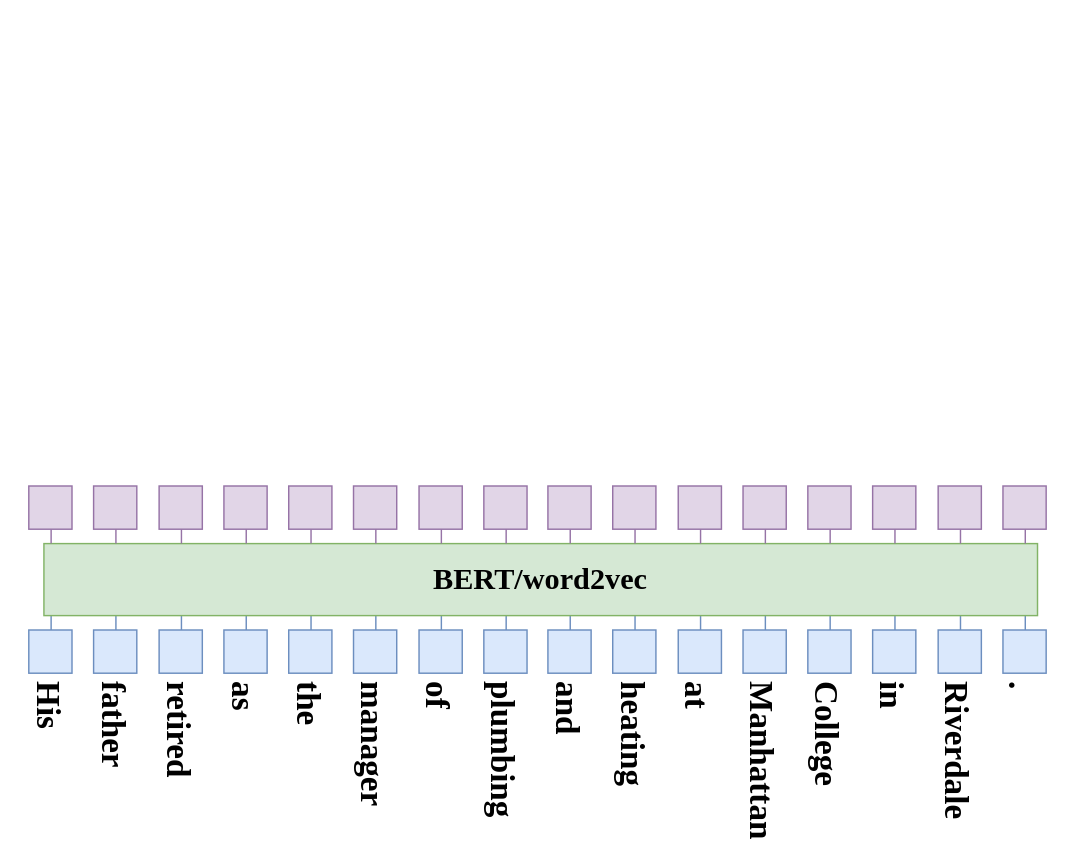
This is Untitled Diagram.drawio from hcscctv/testforsolidity, a draw.io file, before an edit. Source tidied: cells renumbered, new cells numbered last; positions are measured from the earlier drawing's top-left corner, leaving out a move shared by most shapes. Both pictures are drawn from the tidied source at 144%, with x=0, y=0 at pixel (17, 485).
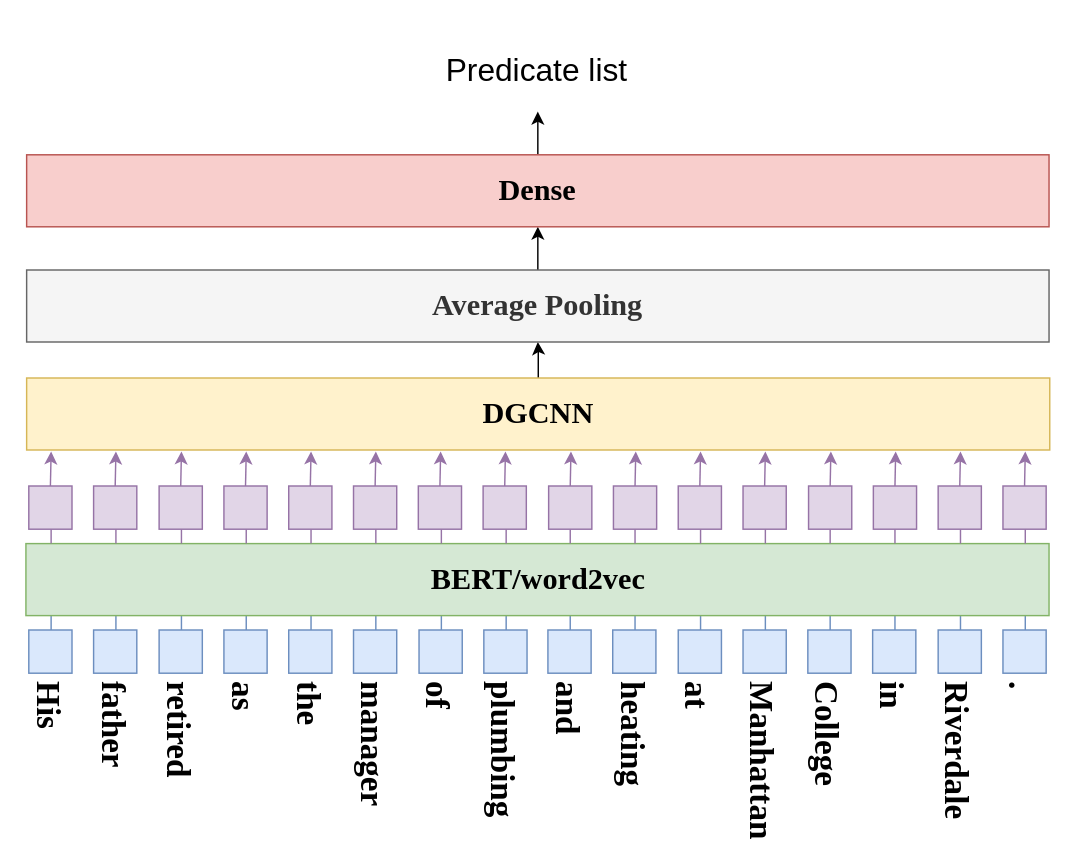
The same page after the edit.

Unchanged cells that the change refers to:
```xml
<mxCell id="51" style="rounded=0;whiteSpace=wrap;html=1;fillColor=#e1d5e7;strokeColor=#9673a6;" parent="1" vertex="1">
  <mxGeometry x="7.5" width="30" height="30" as="geometry" />
</mxCell>
<mxCell id="53" style="rounded=0;whiteSpace=wrap;html=1;fillColor=#e1d5e7;strokeColor=#9673a6;" parent="1" vertex="1">
  <mxGeometry x="52.5" width="30" height="30" as="geometry" />
</mxCell>
<mxCell id="55" style="rounded=0;whiteSpace=wrap;html=1;fillColor=#e1d5e7;strokeColor=#9673a6;" parent="1" vertex="1">
  <mxGeometry x="98" width="30" height="30" as="geometry" />
</mxCell>
<mxCell id="57" style="rounded=0;whiteSpace=wrap;html=1;fillColor=#e1d5e7;strokeColor=#9673a6;" parent="1" vertex="1">
  <mxGeometry x="143" width="30" height="30" as="geometry" />
</mxCell>
<mxCell id="59" style="rounded=0;whiteSpace=wrap;html=1;fillColor=#e1d5e7;strokeColor=#9673a6;" parent="1" vertex="1">
  <mxGeometry x="188" width="30" height="30" as="geometry" />
</mxCell>
<mxCell id="61" style="rounded=0;whiteSpace=wrap;html=1;fillColor=#e1d5e7;strokeColor=#9673a6;" parent="1" vertex="1">
  <mxGeometry x="233" width="30" height="30" as="geometry" />
</mxCell>
<mxCell id="71" style="rounded=0;whiteSpace=wrap;html=1;fillColor=#e1d5e7;strokeColor=#9673a6;" parent="1" vertex="1">
  <mxGeometry x="458.5" width="30" height="30" as="geometry" />
</mxCell>
<mxCell id="73" style="rounded=0;whiteSpace=wrap;html=1;fillColor=#e1d5e7;strokeColor=#9673a6;" parent="1" vertex="1">
  <mxGeometry x="503.5" width="30" height="30" as="geometry" />
</mxCell>
<mxCell id="79" style="rounded=0;whiteSpace=wrap;html=1;fillColor=#e1d5e7;strokeColor=#9673a6;" parent="1" vertex="1">
  <mxGeometry x="639" width="30" height="30" as="geometry" />
</mxCell>
<mxCell id="81" style="rounded=0;whiteSpace=wrap;html=1;fillColor=#e1d5e7;strokeColor=#9673a6;" parent="1" vertex="1">
  <mxGeometry x="684" width="30" height="30" as="geometry" />
</mxCell>
```

What changed in the source:
```diff
@@
     <mxCell id="50" value="&lt;font size=&quot;1&quot; face=&quot;Times New Roman&quot;&gt;&lt;b style=&quot;font-size: 21px&quot;&gt;BERT/word2vec&lt;/b&gt;&lt;/font&gt;" style="rounded=0;whiteSpace=wrap;html=1;fillColor=#d5e8d4;strokeColor=#82b366;" parent="1" vertex="1">
-      <mxGeometry x="18" y="40" width="690" height="50" as="geometry" />
+      <mxGeometry x="5.5" y="40" width="710.5" height="50" as="geometry" />
     </mxCell>
@@
+    <mxCell id="54" style="endArrow=none;html=1;rounded=0;fillColor=#e1d5e7;strokeColor=#9673a6;" parent="1" edge="1">
+      <mxGeometry relative="1" as="geometry">
+        <mxPoint x="68" y="40" as="sourcePoint" />
+        <mxPoint x="68" y="30" as="targetPoint" />
+        <Array as="points">
+          <mxPoint x="68" y="40" />
+        </Array>
+      </mxGeometry>
+    </mxCell>
+    <mxCell id="56" style="endArrow=none;html=1;rounded=0;fillColor=#e1d5e7;strokeColor=#9673a6;" parent="1" edge="1">
+      <mxGeometry relative="1" as="geometry">
+        <mxPoint x="113.5" y="40" as="sourcePoint" />
+        <mxPoint x="113.5" y="30" as="targetPoint" />
+        <Array as="points">
+          <mxPoint x="113.5" y="40" />
+        </Array>
+      </mxGeometry>
+    </mxCell>
+    <mxCell id="58" style="endArrow=none;html=1;rounded=0;fillColor=#e1d5e7;strokeColor=#9673a6;" parent="1" edge="1">
+      <mxGeometry relative="1" as="geometry">
+        <mxPoint x="158.5" y="40" as="sourcePoint" />
+        <mxPoint x="158.5" y="30" as="targetPoint" />
+        <Array as="points">
+          <mxPoint x="158.5" y="40" />
+        </Array>
+      </mxGeometry>
+    </mxCell>
+    <mxCell id="60" style="endArrow=none;html=1;rounded=0;fillColor=#e1d5e7;strokeColor=#9673a6;" parent="1" edge="1">
+      <mxGeometry relative="1" as="geometry">
+        <mxPoint x="203.5" y="40" as="sourcePoint" />
+        <mxPoint x="203.5" y="30" as="targetPoint" />
+        <Array as="points">
+          <mxPoint x="203.5" y="40" />
+        </Array>
+      </mxGeometry>
+    </mxCell>
+    <mxCell id="62" style="endArrow=none;html=1;rounded=0;fillColor=#e1d5e7;strokeColor=#9673a6;" parent="1" edge="1">
+      <mxGeometry relative="1" as="geometry">
+        <mxPoint x="248.5" y="40" as="sourcePoint" />
+        <mxPoint x="248.5" y="30" as="targetPoint" />
+        <Array as="points">
+          <mxPoint x="248.5" y="40" />
+        </Array>
+      </mxGeometry>
+    </mxCell>
+    <mxCell id="64" style="endArrow=none;html=1;rounded=0;fillColor=#e1d5e7;strokeColor=#9673a6;" parent="1" edge="1">
+      <mxGeometry relative="1" as="geometry">
+        <mxPoint x="294" y="40" as="sourcePoint" />
+        <mxPoint x="294" y="30" as="targetPoint" />
+        <Array as="points">
+          <mxPoint x="294" y="40" />
+        </Array>
+      </mxGeometry>
+    </mxCell>
+    <mxCell id="66" style="endArrow=none;html=1;rounded=0;fillColor=#e1d5e7;strokeColor=#9673a6;" parent="1" edge="1">
+      <mxGeometry relative="1" as="geometry">
+        <mxPoint x="339" y="40" as="sourcePoint" />
+        <mxPoint x="339" y="30" as="targetPoint" />
+        <Array as="points">
+          <mxPoint x="339" y="40" />
+        </Array>
+      </mxGeometry>
+    </mxCell>
+    <mxCell id="68" style="endArrow=none;html=1;rounded=0;fillColor=#e1d5e7;strokeColor=#9673a6;" parent="1" edge="1">
+      <mxGeometry relative="1" as="geometry">
+        <mxPoint x="383.5" y="40" as="sourcePoint" />
+        <mxPoint x="383.5" y="30" as="targetPoint" />
+        <Array as="points">
+          <mxPoint x="383.5" y="40" />
+        </Array>
+      </mxGeometry>
+    </mxCell>
+    <mxCell id="70" style="endArrow=none;html=1;rounded=0;fillColor=#e1d5e7;strokeColor=#9673a6;" parent="1" edge="1">
+      <mxGeometry relative="1" as="geometry">
+        <mxPoint x="428.5" y="40" as="sourcePoint" />
+        <mxPoint x="428.5" y="30" as="targetPoint" />
+        <Array as="points">
+          <mxPoint x="428.5" y="40" />
+        </Array>
+      </mxGeometry>
+    </mxCell>
+    <mxCell id="72" style="endArrow=none;html=1;rounded=0;fillColor=#e1d5e7;strokeColor=#9673a6;" parent="1" edge="1">
+      <mxGeometry relative="1" as="geometry">
+        <mxPoint x="474" y="40" as="sourcePoint" />
+        <mxPoint x="474" y="30" as="targetPoint" />
+        <Array as="points">
+          <mxPoint x="474" y="40" />
+        </Array>
+      </mxGeometry>
+    </mxCell>
+    <mxCell id="74" style="endArrow=none;html=1;rounded=0;fillColor=#e1d5e7;strokeColor=#9673a6;" parent="1" edge="1">
+      <mxGeometry relative="1" as="geometry">
+        <mxPoint x="519" y="40" as="sourcePoint" />
+        <mxPoint x="519" y="30" as="targetPoint" />
+        <Array as="points">
+          <mxPoint x="519" y="40" />
+        </Array>
+      </mxGeometry>
+    </mxCell>
+    <mxCell id="76" style="endArrow=none;html=1;rounded=0;fillColor=#e1d5e7;strokeColor=#9673a6;" parent="1" edge="1">
+      <mxGeometry relative="1" as="geometry">
+        <mxPoint x="564" y="40" as="sourcePoint" />
+        <mxPoint x="564" y="30" as="targetPoint" />
+        <Array as="points">
+          <mxPoint x="564" y="40" />
+        </Array>
+      </mxGeometry>
+    </mxCell>
+    <mxCell id="78" style="endArrow=none;html=1;rounded=0;fillColor=#e1d5e7;strokeColor=#9673a6;" parent="1" edge="1">
+      <mxGeometry relative="1" as="geometry">
+        <mxPoint x="609" y="40" as="sourcePoint" />
+        <mxPoint x="609" y="30" as="targetPoint" />
+        <Array as="points">
+          <mxPoint x="609" y="40" />
+        </Array>
+      </mxGeometry>
+    </mxCell>
+    <mxCell id="80" style="endArrow=none;html=1;rounded=0;fillColor=#e1d5e7;strokeColor=#9673a6;" parent="1" edge="1">
+      <mxGeometry relative="1" as="geometry">
+        <mxPoint x="654.5" y="40" as="sourcePoint" />
+        <mxPoint x="654.5" y="30" as="targetPoint" />
+        <Array as="points">
+          <mxPoint x="654.5" y="40" />
+        </Array>
+      </mxGeometry>
+    </mxCell>
+    <mxCell id="82" style="endArrow=none;html=1;rounded=0;fillColor=#e1d5e7;strokeColor=#9673a6;" parent="1" edge="1">
+      <mxGeometry relative="1" as="geometry">
+        <mxPoint x="699.5" y="40" as="sourcePoint" />
+        <mxPoint x="699.5" y="30" as="targetPoint" />
+        <Array as="points">
+          <mxPoint x="699.5" y="40" />
+        </Array>
+      </mxGeometry>
+    </mxCell>
+    <mxCell id="83" style="endArrow=classic;html=1;exitX=0.5;exitY=0;exitDx=0;exitDy=0;fillColor=#e1d5e7;strokeColor=#9673a6;" parent="1" edge="1" source="51">
+      <mxGeometry relative="1" as="geometry">
+        <mxPoint x="23" y="-24" as="targetPoint" />
+      </mxGeometry>
+    </mxCell>
@@
-    <mxCell id="54" style="endArrow=none;html=1;rounded=0;fillColor=#e1d5e7;strokeColor=#9673a6;" parent="1" edge="1">
-      <mxGeometry relative="1" as="geometry">
-        <mxPoint x="68" y="40" as="sourcePoint" />
-        <mxPoint x="68" y="30" as="targetPoint" />
-        <Array as="points">
-          <mxPoint x="68" y="40" />
-        </Array>
-      </mxGeometry>
-    </mxCell>
+    <mxCell id="84" style="endArrow=classic;html=1;exitX=0.5;exitY=0;exitDx=0;exitDy=0;fillColor=#e1d5e7;strokeColor=#9673a6;" parent="1" edge="1" source="53">
+      <mxGeometry relative="1" as="geometry">
+        <mxPoint x="68" y="-24" as="targetPoint" />
+      </mxGeometry>
+    </mxCell>
@@
-    <mxCell id="56" style="endArrow=none;html=1;rounded=0;fillColor=#e1d5e7;strokeColor=#9673a6;" parent="1" edge="1">
-      <mxGeometry relative="1" as="geometry">
-        <mxPoint x="113.5" y="40" as="sourcePoint" />
-        <mxPoint x="113.5" y="30" as="targetPoint" />
-        <Array as="points">
-          <mxPoint x="113.5" y="40" />
-        </Array>
-      </mxGeometry>
-    </mxCell>
+    <mxCell id="85" style="endArrow=classic;html=1;exitX=0.5;exitY=0;exitDx=0;exitDy=0;fillColor=#e1d5e7;strokeColor=#9673a6;" parent="1" edge="1" source="55">
+      <mxGeometry relative="1" as="geometry">
+        <mxPoint x="113.5" y="-24" as="targetPoint" />
+      </mxGeometry>
+    </mxCell>
@@
-    <mxCell id="58" style="endArrow=none;html=1;rounded=0;fillColor=#e1d5e7;strokeColor=#9673a6;" parent="1" edge="1">
-      <mxGeometry relative="1" as="geometry">
-        <mxPoint x="158.5" y="40" as="sourcePoint" />
-        <mxPoint x="158.5" y="30" as="targetPoint" />
-        <Array as="points">
-          <mxPoint x="158.5" y="40" />
-        </Array>
-      </mxGeometry>
-    </mxCell>
+    <mxCell id="86" style="endArrow=classic;html=1;exitX=0.5;exitY=0;exitDx=0;exitDy=0;fillColor=#e1d5e7;strokeColor=#9673a6;" parent="1" edge="1" source="57">
+      <mxGeometry relative="1" as="geometry">
+        <mxPoint x="158.5" y="-24" as="targetPoint" />
+      </mxGeometry>
+    </mxCell>
@@
-    <mxCell id="60" style="endArrow=none;html=1;rounded=0;fillColor=#e1d5e7;strokeColor=#9673a6;" parent="1" edge="1">
-      <mxGeometry relative="1" as="geometry">
-        <mxPoint x="203.5" y="40" as="sourcePoint" />
-        <mxPoint x="203.5" y="30" as="targetPoint" />
-        <Array as="points">
-          <mxPoint x="203.5" y="40" />
-        </Array>
-      </mxGeometry>
-    </mxCell>
+    <mxCell id="87" style="endArrow=classic;html=1;exitX=0.5;exitY=0;exitDx=0;exitDy=0;fillColor=#e1d5e7;strokeColor=#9673a6;" parent="1" edge="1" source="59">
+      <mxGeometry relative="1" as="geometry">
+        <mxPoint x="203.5" y="-24" as="targetPoint" />
+      </mxGeometry>
+    </mxCell>
@@
-    <mxCell id="62" style="endArrow=none;html=1;rounded=0;fillColor=#e1d5e7;strokeColor=#9673a6;" parent="1" edge="1">
-      <mxGeometry relative="1" as="geometry">
-        <mxPoint x="248.5" y="40" as="sourcePoint" />
-        <mxPoint x="248.5" y="30" as="targetPoint" />
-        <Array as="points">
-          <mxPoint x="248.5" y="40" />
-        </Array>
-      </mxGeometry>
-    </mxCell>
-    <mxCell id="63" style="rounded=0;whiteSpace=wrap;html=1;fillColor=#e1d5e7;strokeColor=#9673a6;" parent="1" vertex="1">
-      <mxGeometry x="278.5" width="30" height="30" as="geometry" />
-    </mxCell>
-    <mxCell id="64" style="endArrow=none;html=1;rounded=0;fillColor=#e1d5e7;strokeColor=#9673a6;" parent="1" edge="1">
-      <mxGeometry relative="1" as="geometry">
-        <mxPoint x="294" y="40" as="sourcePoint" />
-        <mxPoint x="294" y="30" as="targetPoint" />
-        <Array as="points">
-          <mxPoint x="294" y="40" />
-        </Array>
-      </mxGeometry>
-    </mxCell>
-    <mxCell id="65" style="rounded=0;whiteSpace=wrap;html=1;fillColor=#e1d5e7;strokeColor=#9673a6;" parent="1" vertex="1">
-      <mxGeometry x="323.5" width="30" height="30" as="geometry" />
-    </mxCell>
-    <mxCell id="66" style="endArrow=none;html=1;rounded=0;fillColor=#e1d5e7;strokeColor=#9673a6;" parent="1" edge="1">
-      <mxGeometry relative="1" as="geometry">
-        <mxPoint x="339" y="40" as="sourcePoint" />
-        <mxPoint x="339" y="30" as="targetPoint" />
-        <Array as="points">
-          <mxPoint x="339" y="40" />
-        </Array>
-      </mxGeometry>
-    </mxCell>
-    <mxCell id="67" style="rounded=0;whiteSpace=wrap;html=1;fillColor=#e1d5e7;strokeColor=#9673a6;" parent="1" vertex="1">
-      <mxGeometry x="368" width="30" height="30" as="geometry" />
-    </mxCell>
-    <mxCell id="68" style="endArrow=none;html=1;rounded=0;fillColor=#e1d5e7;strokeColor=#9673a6;" parent="1" edge="1">
-      <mxGeometry relative="1" as="geometry">
-        <mxPoint x="383.5" y="40" as="sourcePoint" />
-        <mxPoint x="383.5" y="30" as="targetPoint" />
-        <Array as="points">
-          <mxPoint x="383.5" y="40" />
-        </Array>
-      </mxGeometry>
-    </mxCell>
-    <mxCell id="69" style="rounded=0;whiteSpace=wrap;html=1;fillColor=#e1d5e7;strokeColor=#9673a6;" parent="1" vertex="1">
-      <mxGeometry x="413" width="30" height="30" as="geometry" />
-    </mxCell>
-    <mxCell id="70" style="endArrow=none;html=1;rounded=0;fillColor=#e1d5e7;strokeColor=#9673a6;" parent="1" edge="1">
-      <mxGeometry relative="1" as="geometry">
-        <mxPoint x="428.5" y="40" as="sourcePoint" />
-        <mxPoint x="428.5" y="30" as="targetPoint" />
-        <Array as="points">
-          <mxPoint x="428.5" y="40" />
-        </Array>
-      </mxGeometry>
-    </mxCell>
+    <mxCell id="88" style="endArrow=classic;html=1;exitX=0.5;exitY=0;exitDx=0;exitDy=0;fillColor=#e1d5e7;strokeColor=#9673a6;" parent="1" edge="1" source="61">
+      <mxGeometry relative="1" as="geometry">
+        <mxPoint x="248.5" y="-24" as="targetPoint" />
+      </mxGeometry>
+    </mxCell>
+    <mxCell id="89" style="rounded=0;whiteSpace=wrap;html=1;fillColor=#e1d5e7;strokeColor=#9673a6;" parent="1" vertex="1">
+      <mxGeometry x="278" width="30" height="30" as="geometry" />
+    </mxCell>
+    <mxCell id="90" style="endArrow=classic;html=1;exitX=0.5;exitY=0;exitDx=0;exitDy=0;fillColor=#e1d5e7;strokeColor=#9673a6;" parent="1" edge="1" source="89">
+      <mxGeometry relative="1" as="geometry">
+        <mxPoint x="293.5" y="-24" as="targetPoint" />
+      </mxGeometry>
+    </mxCell>
+    <mxCell id="91" style="rounded=0;whiteSpace=wrap;html=1;fillColor=#e1d5e7;strokeColor=#9673a6;" parent="1" vertex="1">
+      <mxGeometry x="323" width="30" height="30" as="geometry" />
+    </mxCell>
+    <mxCell id="92" style="endArrow=classic;html=1;exitX=0.5;exitY=0;exitDx=0;exitDy=0;fillColor=#e1d5e7;strokeColor=#9673a6;" parent="1" edge="1" source="91">
+      <mxGeometry relative="1" as="geometry">
+        <mxPoint x="338.5" y="-24" as="targetPoint" />
+      </mxGeometry>
+    </mxCell>
+    <mxCell id="93" style="rounded=0;whiteSpace=wrap;html=1;fillColor=#e1d5e7;strokeColor=#9673a6;" parent="1" vertex="1">
+      <mxGeometry x="368.5" width="30" height="30" as="geometry" />
+    </mxCell>
+    <mxCell id="94" style="endArrow=classic;html=1;exitX=0.5;exitY=0;exitDx=0;exitDy=0;fillColor=#e1d5e7;strokeColor=#9673a6;" parent="1" edge="1" source="93">
+      <mxGeometry relative="1" as="geometry">
+        <mxPoint x="384" y="-24" as="targetPoint" />
+      </mxGeometry>
+    </mxCell>
+    <mxCell id="95" style="rounded=0;whiteSpace=wrap;html=1;fillColor=#e1d5e7;strokeColor=#9673a6;" parent="1" vertex="1">
+      <mxGeometry x="413.5" width="30" height="30" as="geometry" />
+    </mxCell>
+    <mxCell id="96" style="endArrow=classic;html=1;exitX=0.5;exitY=0;exitDx=0;exitDy=0;fillColor=#e1d5e7;strokeColor=#9673a6;" parent="1" edge="1" source="95">
+      <mxGeometry relative="1" as="geometry">
+        <mxPoint x="429" y="-24" as="targetPoint" />
+      </mxGeometry>
+    </mxCell>
@@
-    <mxCell id="72" style="endArrow=none;html=1;rounded=0;fillColor=#e1d5e7;strokeColor=#9673a6;" parent="1" edge="1">
-      <mxGeometry relative="1" as="geometry">
-        <mxPoint x="474" y="40" as="sourcePoint" />
-        <mxPoint x="474" y="30" as="targetPoint" />
-        <Array as="points">
-          <mxPoint x="474" y="40" />
-        </Array>
-      </mxGeometry>
-    </mxCell>
+    <mxCell id="97" style="endArrow=classic;html=1;exitX=0.5;exitY=0;exitDx=0;exitDy=0;fillColor=#e1d5e7;strokeColor=#9673a6;" parent="1" edge="1" source="71">
+      <mxGeometry relative="1" as="geometry">
+        <mxPoint x="474" y="-24" as="targetPoint" />
+      </mxGeometry>
+    </mxCell>
@@
-    <mxCell id="74" style="endArrow=none;html=1;rounded=0;fillColor=#e1d5e7;strokeColor=#9673a6;" parent="1" edge="1">
-      <mxGeometry relative="1" as="geometry">
-        <mxPoint x="519" y="40" as="sourcePoint" />
-        <mxPoint x="519" y="30" as="targetPoint" />
-        <Array as="points">
-          <mxPoint x="519" y="40" />
-        </Array>
-      </mxGeometry>
-    </mxCell>
-    <mxCell id="75" style="rounded=0;whiteSpace=wrap;html=1;fillColor=#e1d5e7;strokeColor=#9673a6;" parent="1" vertex="1">
-      <mxGeometry x="548.5" width="30" height="30" as="geometry" />
-    </mxCell>
-    <mxCell id="76" style="endArrow=none;html=1;rounded=0;fillColor=#e1d5e7;strokeColor=#9673a6;" parent="1" edge="1">
-      <mxGeometry relative="1" as="geometry">
-        <mxPoint x="564" y="40" as="sourcePoint" />
-        <mxPoint x="564" y="30" as="targetPoint" />
-        <Array as="points">
-          <mxPoint x="564" y="40" />
-        </Array>
-      </mxGeometry>
-    </mxCell>
-    <mxCell id="77" style="rounded=0;whiteSpace=wrap;html=1;fillColor=#e1d5e7;strokeColor=#9673a6;" parent="1" vertex="1">
-      <mxGeometry x="593.5" width="30" height="30" as="geometry" />
-    </mxCell>
-    <mxCell id="78" style="endArrow=none;html=1;rounded=0;fillColor=#e1d5e7;strokeColor=#9673a6;" parent="1" edge="1">
-      <mxGeometry relative="1" as="geometry">
-        <mxPoint x="609" y="40" as="sourcePoint" />
-        <mxPoint x="609" y="30" as="targetPoint" />
-        <Array as="points">
-          <mxPoint x="609" y="40" />
-        </Array>
-      </mxGeometry>
-    </mxCell>
+    <mxCell id="98" style="endArrow=classic;html=1;exitX=0.5;exitY=0;exitDx=0;exitDy=0;fillColor=#e1d5e7;strokeColor=#9673a6;" parent="1" edge="1" source="73">
+      <mxGeometry relative="1" as="geometry">
+        <mxPoint x="519" y="-24" as="targetPoint" />
+      </mxGeometry>
+    </mxCell>
+    <mxCell id="99" style="rounded=0;whiteSpace=wrap;html=1;fillColor=#e1d5e7;strokeColor=#9673a6;" parent="1" vertex="1">
+      <mxGeometry x="549" width="30" height="30" as="geometry" />
+    </mxCell>
+    <mxCell id="100" style="endArrow=classic;html=1;exitX=0.5;exitY=0;exitDx=0;exitDy=0;fillColor=#e1d5e7;strokeColor=#9673a6;" parent="1" edge="1" source="99">
+      <mxGeometry relative="1" as="geometry">
+        <mxPoint x="564.5" y="-24" as="targetPoint" />
+      </mxGeometry>
+    </mxCell>
+    <mxCell id="101" style="rounded=0;whiteSpace=wrap;html=1;fillColor=#e1d5e7;strokeColor=#9673a6;" parent="1" vertex="1">
+      <mxGeometry x="594" width="30" height="30" as="geometry" />
+    </mxCell>
+    <mxCell id="102" style="endArrow=classic;html=1;exitX=0.5;exitY=0;exitDx=0;exitDy=0;fillColor=#e1d5e7;strokeColor=#9673a6;" parent="1" edge="1" source="101">
+      <mxGeometry relative="1" as="geometry">
+        <mxPoint x="609.5" y="-24" as="targetPoint" />
+      </mxGeometry>
+    </mxCell>
@@
-    <mxCell id="80" style="endArrow=none;html=1;rounded=0;fillColor=#e1d5e7;strokeColor=#9673a6;" parent="1" edge="1">
-      <mxGeometry relative="1" as="geometry">
-        <mxPoint x="654.5" y="40" as="sourcePoint" />
-        <mxPoint x="654.5" y="30" as="targetPoint" />
-        <Array as="points">
-          <mxPoint x="654.5" y="40" />
-        </Array>
-      </mxGeometry>
-    </mxCell>
+    <mxCell id="103" style="endArrow=classic;html=1;exitX=0.5;exitY=0;exitDx=0;exitDy=0;fillColor=#e1d5e7;strokeColor=#9673a6;" parent="1" edge="1" source="79">
+      <mxGeometry relative="1" as="geometry">
+        <mxPoint x="654.5" y="-24" as="targetPoint" />
+      </mxGeometry>
+    </mxCell>
@@
-    <mxCell id="82" style="endArrow=none;html=1;rounded=0;fillColor=#e1d5e7;strokeColor=#9673a6;" parent="1" edge="1">
-      <mxGeometry relative="1" as="geometry">
-        <mxPoint x="699.5" y="40" as="sourcePoint" />
-        <mxPoint x="699.5" y="30" as="targetPoint" />
-        <Array as="points">
-          <mxPoint x="699.5" y="40" />
-        </Array>
-      </mxGeometry>
-    </mxCell>
+    <mxCell id="104" style="endArrow=classic;html=1;exitX=0.5;exitY=0;exitDx=0;exitDy=0;fillColor=#e1d5e7;strokeColor=#9673a6;" parent="1" edge="1" source="81">
+      <mxGeometry relative="1" as="geometry">
+        <mxPoint x="699.5" y="-24" as="targetPoint" />
+      </mxGeometry>
+    </mxCell>
+    <mxCell id="105" style="edgeStyle=orthogonalEdgeStyle;rounded=0;jettySize=auto;html=1;" parent="1" edge="1" source="106" target="108">
+      <mxGeometry relative="1" as="geometry" />
+    </mxCell>
+    <mxCell id="106" value="&lt;h4&gt;&lt;font size=&quot;1&quot; face=&quot;Times New Roman&quot;&gt;&lt;b style=&quot;font-size: 21px&quot;&gt;DGCNN&lt;/b&gt;&lt;/font&gt;&lt;/h4&gt;" style="rounded=0;whiteSpace=wrap;html=1;fillColor=#fff2cc;strokeColor=#d6b656;" parent="1" vertex="1">
+      <mxGeometry x="6" y="-75" width="710.5" height="50" as="geometry" />
+    </mxCell>
+    <mxCell id="107" style="edgeStyle=orthogonalEdgeStyle;rounded=0;jettySize=auto;html=1;" parent="1" edge="1" source="108">
+      <mxGeometry relative="1" as="geometry">
+        <mxPoint x="361" y="-180" as="targetPoint" />
+      </mxGeometry>
+    </mxCell>
+    <mxCell id="108" value="&lt;p&gt;&lt;font style=&quot;font-size: 21px&quot; face=&quot;Times New Roman&quot;&gt;&lt;b&gt;Average Pooling&lt;/b&gt;&lt;/font&gt;&lt;/p&gt;" style="whiteSpace=wrap;html=1;rounded=0;strokeColor=#666666;fillColor=#f5f5f5;fontColor=#333333;" parent="1" vertex="1">
+      <mxGeometry x="6" y="-150" width="710" height="50" as="geometry" />
+    </mxCell>
+    <mxCell id="109" style="edgeStyle=orthogonalEdgeStyle;rounded=0;jettySize=auto;html=1;" parent="1" edge="1" source="110">
+      <mxGeometry relative="1" as="geometry">
+        <mxPoint x="361" y="-260" as="targetPoint" />
+      </mxGeometry>
+    </mxCell>
+    <mxCell id="110" value="&lt;p&gt;&lt;font style=&quot;font-size: 21px&quot; face=&quot;Times New Roman&quot;&gt;&lt;b&gt;Dense&lt;/b&gt;&lt;/font&gt;&lt;/p&gt;" style="whiteSpace=wrap;html=1;rounded=0;strokeColor=#b85450;fillColor=#f8cecc;" parent="1" vertex="1">
+      <mxGeometry x="6" y="-230" width="710" height="50" as="geometry" />
+    </mxCell>
+    <mxCell id="111" value="&lt;font style=&quot;font-size: 22px&quot;&gt;Predicate list&lt;/font&gt;" style="text;html=1;strokeColor=none;fillColor=none;align=center;verticalAlign=middle;whiteSpace=wrap;rounded=0;" parent="1" vertex="1">
+      <mxGeometry x="250.1" y="-320" width="221.4" height="64" as="geometry" />
+    </mxCell>
```
